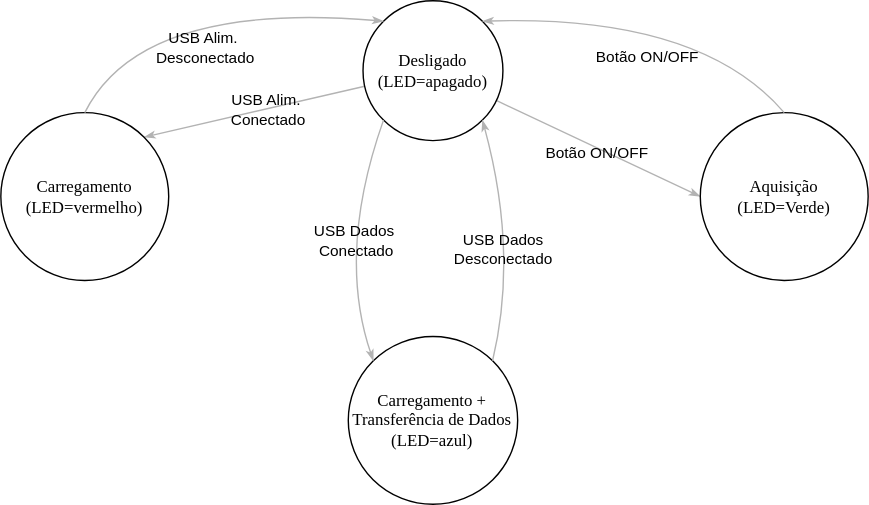
The draw.io diagram projetos/tennistracker/diagrama.svg in teaching-FEEC/ea075-2024.1, before a commit. Source tidied: cells renumbered, new cells last; positions are measured from the earlier drawing's top-left corner, leaving out a move shared by most shapes.
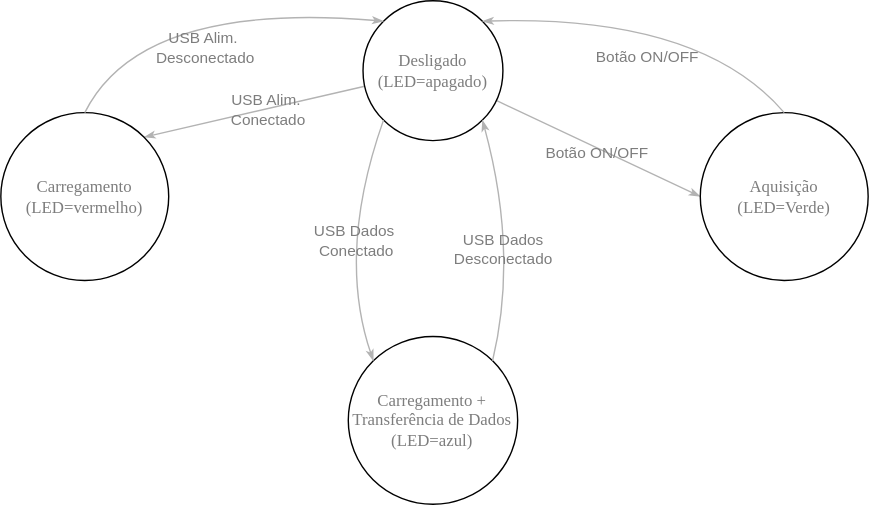
After the change.

What changed in the source:
```diff
@@ -5,27 +5,27 @@
     <mxCell id="2" style="edgeStyle=none;rounded=1;html=1;labelBackgroundColor=none;startArrow=none;startFill=0;startSize=5;endArrow=classicThin;endFill=1;endSize=5;jettySize=auto;strokeColor=#B3B3B3;strokeWidth=1;fontFamily=Verdana;fontSize=12;entryX=1;entryY=0;entryDx=0;entryDy=0;" parent="1" edge="1" source="6" target="9">
       <mxGeometry relative="1" as="geometry" />
     </mxCell>
-    <mxCell id="3" value="USB Alim.&amp;nbsp;&lt;div&gt;Conectado&lt;/div&gt;" style="edgeLabel;html=1;align=center;verticalAlign=middle;labelBackgroundColor=none;" parent="2" vertex="1">
+    <mxCell id="3" value="&lt;font color=&quot;#7d7d7d&quot;&gt;USB Alim.&amp;nbsp;&lt;/font&gt;&lt;div&gt;&lt;font color=&quot;#7d7d7d&quot;&gt;Conectado&lt;/font&gt;&lt;/div&gt;" style="edgeLabel;html=1;align=center;verticalAlign=middle;labelBackgroundColor=none;" parent="2" vertex="1">
       <mxGeometry x="-0.12" relative="1" as="geometry" />
     </mxCell>
     <mxCell id="4" style="edgeStyle=none;rounded=1;html=1;labelBackgroundColor=none;startArrow=none;startFill=0;startSize=5;endArrow=classicThin;endFill=1;endSize=5;jettySize=auto;strokeColor=#B3B3B3;strokeWidth=1;fontFamily=Verdana;fontSize=12;entryX=0;entryY=0.5;entryDx=0;entryDy=0;" parent="1" edge="1" source="6" target="7">
       <mxGeometry relative="1" as="geometry" />
     </mxCell>
-    <mxCell id="5" value="Botão ON/OFF" style="edgeLabel;html=1;align=center;verticalAlign=middle;labelBackgroundColor=none;" parent="4" vertex="1">
+    <mxCell id="5" value="&lt;font color=&quot;#7d7d7d&quot;&gt;Botão ON/OFF&lt;/font&gt;" style="edgeLabel;html=1;align=center;verticalAlign=middle;labelBackgroundColor=none;" parent="4" vertex="1">
       <mxGeometry y="-3" relative="1" as="geometry">
         <mxPoint x="-1" as="offset" />
       </mxGeometry>
     </mxCell>
-    <mxCell id="6" value="Desligado&lt;div&gt;(LED=apagado)&lt;/div&gt;" style="ellipse;whiteSpace=wrap;html=1;rounded=0;shadow=0;comic=0;labelBackgroundColor=none;strokeWidth=1;fontFamily=Verdana;fontSize=12;align=center;fillColor=none;verticalAlign=middle;rotation=0;" parent="1" vertex="1">
+    <mxCell id="6" value="&lt;font color=&quot;#7d7d7d&quot;&gt;Desligado&lt;/font&gt;&lt;div&gt;&lt;font color=&quot;#7d7d7d&quot;&gt;(LED=apagado)&lt;/font&gt;&lt;/div&gt;" style="ellipse;whiteSpace=wrap;html=1;rounded=0;shadow=0;comic=0;labelBackgroundColor=none;strokeWidth=1;fontFamily=Verdana;fontSize=12;align=center;fillColor=none;verticalAlign=middle;rotation=0;" parent="1" vertex="1">
       <mxGeometry x="258.9" width="100" height="100" as="geometry" />
     </mxCell>
-    <mxCell id="7" value="Aquisição&lt;div&gt;(LED=Verde)&lt;/div&gt;" style="ellipse;whiteSpace=wrap;html=1;rounded=0;shadow=0;comic=0;labelBackgroundColor=none;strokeWidth=1;fontFamily=Verdana;fontSize=12;align=center;fillColor=none;rotation=0;strokeColor=default;" parent="1" vertex="1">
+    <mxCell id="7" value="&lt;font color=&quot;#7d7d7d&quot;&gt;Aquisição&lt;/font&gt;&lt;div&gt;&lt;font color=&quot;#7d7d7d&quot;&gt;(LED=Verde)&lt;/font&gt;&lt;/div&gt;" style="ellipse;whiteSpace=wrap;html=1;rounded=0;shadow=0;comic=0;labelBackgroundColor=none;strokeWidth=1;fontFamily=Verdana;fontSize=12;align=center;fillColor=none;rotation=0;strokeColor=default;" parent="1" vertex="1">
       <mxGeometry x="500" y="80" width="120" height="120" as="geometry" />
     </mxCell>
-    <mxCell id="8" value="Carregamento + Transferência de Dados&lt;div&gt;(LED=azul)&lt;/div&gt;" style="ellipse;whiteSpace=wrap;html=1;rounded=0;shadow=0;comic=0;labelBackgroundColor=none;strokeWidth=1;fontFamily=Verdana;fontSize=12;align=center;fillColor=none;rotation=0;" parent="1" vertex="1">
+    <mxCell id="8" value="&lt;font color=&quot;#7d7d7d&quot;&gt;Carregamento + Transferência de Dados&lt;/font&gt;&lt;div&gt;&lt;font color=&quot;#7d7d7d&quot;&gt;(LED=azul)&lt;/font&gt;&lt;/div&gt;" style="ellipse;whiteSpace=wrap;html=1;rounded=0;shadow=0;comic=0;labelBackgroundColor=none;strokeWidth=1;fontFamily=Verdana;fontSize=12;align=center;fillColor=none;rotation=0;" parent="1" vertex="1">
       <mxGeometry x="248.4" y="240" width="121.1" height="120" as="geometry" />
     </mxCell>
-    <mxCell id="9" value="&lt;span&gt;Carregamento&lt;/span&gt;&lt;div&gt;&lt;span&gt;(LED=vermelho)&lt;/span&gt;&lt;/div&gt;" style="ellipse;whiteSpace=wrap;html=1;rounded=0;shadow=0;comic=0;labelBackgroundColor=none;strokeWidth=1;fontFamily=Verdana;fontSize=12;align=center;fillColor=none;rotation=0;" parent="1" vertex="1">
+    <mxCell id="9" value="&lt;span&gt;&lt;font color=&quot;#7d7d7d&quot;&gt;Carregamento&lt;/font&gt;&lt;/span&gt;&lt;div&gt;&lt;span&gt;&lt;font color=&quot;#7d7d7d&quot;&gt;(LED=vermelho)&lt;/font&gt;&lt;/span&gt;&lt;/div&gt;" style="ellipse;whiteSpace=wrap;html=1;rounded=0;shadow=0;comic=0;labelBackgroundColor=none;strokeWidth=1;fontFamily=Verdana;fontSize=12;align=center;fillColor=none;rotation=0;" parent="1" vertex="1">
       <mxGeometry y="80" width="120" height="120" as="geometry" />
     </mxCell>
     <mxCell id="10" style="edgeStyle=none;rounded=0;html=1;labelBackgroundColor=none;startArrow=none;startFill=0;startSize=5;endArrow=classicThin;endFill=1;endSize=5;jettySize=auto;strokeColor=#B3B3B3;strokeWidth=1;fontFamily=Verdana;fontSize=12;entryX=1;entryY=0;entryDx=0;entryDy=0;exitX=0.5;exitY=0;exitDx=0;exitDy=0;curved=1;" parent="1" edge="1" source="7" target="6">
@@ -35,7 +35,7 @@
         </Array>
       </mxGeometry>
     </mxCell>
-    <mxCell id="11" value="Botão ON/OFF" style="edgeLabel;html=1;align=center;verticalAlign=middle;labelBackgroundColor=none;" parent="10" vertex="1">
+    <mxCell id="11" value="&lt;font color=&quot;#7d7d7d&quot;&gt;Botão ON/OFF&lt;/font&gt;" style="edgeLabel;html=1;align=center;verticalAlign=middle;labelBackgroundColor=none;" parent="10" vertex="1">
       <mxGeometry x="0.06" y="28" relative="1" as="geometry" />
     </mxCell>
     <mxCell id="12" style="edgeStyle=none;rounded=0;html=1;labelBackgroundColor=none;startArrow=none;startFill=0;startSize=5;endArrow=classicThin;endFill=1;endSize=5;jettySize=auto;strokeColor=#B3B3B3;strokeWidth=1;fontFamily=Verdana;fontSize=12;entryX=0;entryY=0;entryDx=0;entryDy=0;exitX=0.5;exitY=0;exitDx=0;exitDy=0;curved=1;" parent="1" edge="1" source="9" target="6">
@@ -45,7 +45,7 @@
         </Array>
       </mxGeometry>
     </mxCell>
-    <mxCell id="13" value="USB Alim.&amp;nbsp;&lt;div&gt;Desconectado&lt;/div&gt;" style="edgeLabel;html=1;align=center;verticalAlign=middle;labelBackgroundColor=none;" parent="12" vertex="1">
+    <mxCell id="13" value="&lt;font color=&quot;#7d7d7d&quot;&gt;USB Alim.&amp;nbsp;&lt;/font&gt;&lt;div&gt;&lt;font color=&quot;#7d7d7d&quot;&gt;Desconectado&lt;/font&gt;&lt;/div&gt;" style="edgeLabel;html=1;align=center;verticalAlign=middle;labelBackgroundColor=none;" parent="12" vertex="1">
       <mxGeometry x="0.05" y="-30" relative="1" as="geometry" />
     </mxCell>
     <mxCell id="14" style="edgeStyle=none;rounded=0;html=1;labelBackgroundColor=none;startArrow=none;startFill=0;startSize=5;endArrow=classicThin;endFill=1;endSize=5;jettySize=auto;strokeColor=#B3B3B3;strokeWidth=1;fontFamily=Verdana;fontSize=12;entryX=0;entryY=0;entryDx=0;entryDy=0;exitX=0;exitY=1;exitDx=0;exitDy=0;curved=1;" parent="1" edge="1" source="6" target="8">
@@ -55,7 +55,7 @@
         </Array>
       </mxGeometry>
     </mxCell>
-    <mxCell id="15" value="USB Dados&amp;nbsp;&lt;div&gt;Conectado&lt;/div&gt;" style="edgeLabel;html=1;align=center;verticalAlign=middle;labelBackgroundColor=none;" parent="14" vertex="1">
+    <mxCell id="15" value="&lt;font color=&quot;#7d7d7d&quot;&gt;USB Dados&amp;nbsp;&lt;/font&gt;&lt;div&gt;&lt;font color=&quot;#7d7d7d&quot;&gt;Conectado&lt;/font&gt;&lt;/div&gt;" style="edgeLabel;html=1;align=center;verticalAlign=middle;labelBackgroundColor=none;" parent="14" vertex="1">
       <mxGeometry x="-0.07" y="18" relative="1" as="geometry">
         <mxPoint x="-9" as="offset" />
       </mxGeometry>
@@ -67,7 +67,7 @@
         </Array>
       </mxGeometry>
     </mxCell>
-    <mxCell id="17" value="USB Dados&lt;div&gt;Desconectado&lt;/div&gt;" style="edgeLabel;html=1;align=center;verticalAlign=middle;labelBackgroundColor=none;" parent="16" vertex="1">
+    <mxCell id="17" value="&lt;font color=&quot;#7d7d7d&quot;&gt;USB Dados&lt;/font&gt;&lt;div&gt;&lt;font color=&quot;#7d7d7d&quot;&gt;Desconectado&lt;/font&gt;&lt;/div&gt;" style="edgeLabel;html=1;align=center;verticalAlign=middle;labelBackgroundColor=none;" parent="16" vertex="1">
       <mxGeometry x="-0.04" y="10" relative="1" as="geometry" />
     </mxCell>
   </root>
```
